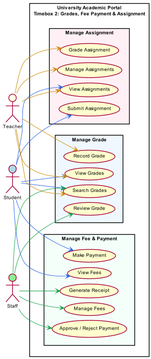
The PlantUML diagram out/usecase/Timebox2_UseCaseDiagram/Timebox2_UseCaseDiagram.png in KyawMyoHtay1/academic-portal, before a commit. Source of this version:
```plantuml
@startuml
left to right direction
skinparam packageStyle rectangle
skinparam shadowing false
skinparam dpi 300

scale 0.9
skinparam defaultFontSize 10
skinparam ranksep 10
skinparam nodesep 10
skinparam RectanglePadding 6

actor Student #LightBlue
actor Teacher #LightYellow
actor Staff   #LightGreen

rectangle "University Academic Portal\nTimebox 2: Grades, Fee Payment & Assignment" #White {

  rectangle "Manage Grade" #AliceBlue {
    usecase "Record Grade" as UC1
    usecase "Review Grade" as UC2
    usecase "View Grades" as UC3
    usecase "Search Grades" as UC4
  }

  rectangle "Manage Fee & Payment" #MintCream {
    usecase "View Fees" as UC5
    usecase "Make Payment" as UC6
    usecase "Manage Fees" as UC7
    usecase "Approve / Reject Payment" as UC8
    usecase "Generate Receipt" as UC9
  }

  rectangle "Manage Assignment" #LavenderBlush {
    usecase "Manage Assignments" as UC10
    usecase "Submit Assignment" as UC11
    usecase "Grade Assignment" as UC12
    usecase "View Assignments" as UC13
  }
}

Student -[#2563EB]-> UC3
Student -[#2563EB]-> UC4
Student -[#2563EB]-> UC5
Student -[#2563EB]-> UC6
Student -[#2563EB]-> UC11
Student -[#2563EB]-> UC13

Teacher -[#CA8A04]-> UC1
Teacher -[#CA8A04]-> UC3
Teacher -[#CA8A04]-> UC4
Teacher -[#CA8A04]-> UC10
Teacher -[#CA8A04]-> UC12
Teacher -[#CA8A04]-> UC13

Staff -[#16A34A]-> UC2
Staff -[#16A34A]-> UC4
Staff -[#16A34A]-> UC7
Staff -[#16A34A]-> UC8
Staff -[#16A34A]-> UC9

@enduml
```
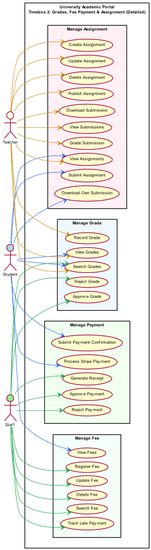
After the commit.

Commit message:
Update Timebox use case diagrams: modified Timebox1 and Timebox2 PNG files, and added new Timebox3 use case diagram to enhance visual representation of user interactions and functionalities.

Change to the diagram source:
```diff
@@ -4,59 +4,88 @@
 skinparam shadowing false
 skinparam dpi 300
 
-scale 0.9
-skinparam defaultFontSize 10
-skinparam ranksep 10
-skinparam nodesep 10
-skinparam RectanglePadding 6
+scale 0.85
+skinparam defaultFontSize 9
+skinparam ranksep 8
+skinparam nodesep 8
+skinparam RectanglePadding 5
 
 actor Student #LightBlue
 actor Teacher #LightYellow
 actor Staff   #LightGreen
 
-rectangle "University Academic Portal\nTimebox 2: Grades, Fee Payment & Assignment" #White {
+rectangle "University Academic Portal\nTimebox 2: Grades, Fee Payment & Assignment (Detailed)" #White {
 
   rectangle "Manage Grade" #AliceBlue {
     usecase "Record Grade" as UC1
-    usecase "Review Grade" as UC2
+    usecase "Approve Grade" as UC2a
+    usecase "Reject Grade" as UC2b
     usecase "View Grades" as UC3
     usecase "Search Grades" as UC4
   }
 
-  rectangle "Manage Fee & Payment" #MintCream {
+  rectangle "Manage Fee" #MintCream {
+    usecase "Register Fee" as UC5a
+    usecase "Update Fee" as UC5b
+    usecase "Delete Fee" as UC5c
+    usecase "Search Fee" as UC5d
     usecase "View Fees" as UC5
-    usecase "Make Payment" as UC6
-    usecase "Manage Fees" as UC7
-    usecase "Approve / Reject Payment" as UC8
-    usecase "Generate Receipt" as UC9
+    usecase "Track Late Payment" as UC5e
+  }
+
+  rectangle "Manage Payment" #Honeydew {
+    usecase "Submit Payment Confirmation" as UC6a
+    usecase "Process Stripe Payment" as UC6b
+    usecase "Approve Payment" as UC6c
+    usecase "Reject Payment" as UC6d
+    usecase "Generate Receipt" as UC6e
   }
 
   rectangle "Manage Assignment" #LavenderBlush {
-    usecase "Manage Assignments" as UC10
+    usecase "Create Assignment" as UC10a
+    usecase "Update Assignment" as UC10b
+    usecase "Delete Assignment" as UC10c
+    usecase "Publish Assignment" as UC10d
+    usecase "View Assignments" as UC13
+    usecase "View Submissions" as UC10e
+    usecase "Grade Submission" as UC12
+    usecase "Download Submission" as UC10f
     usecase "Submit Assignment" as UC11
-    usecase "Grade Assignment" as UC12
-    usecase "View Assignments" as UC13
+    usecase "Download Own Submission" as UC11b
   }
 }
 
 Student -[#2563EB]-> UC3
 Student -[#2563EB]-> UC4
 Student -[#2563EB]-> UC5
-Student -[#2563EB]-> UC6
+Student -[#2563EB]-> UC6a
+Student -[#2563EB]-> UC6b
 Student -[#2563EB]-> UC11
+Student -[#2563EB]-> UC11b
 Student -[#2563EB]-> UC13
 
 Teacher -[#CA8A04]-> UC1
 Teacher -[#CA8A04]-> UC3
 Teacher -[#CA8A04]-> UC4
-Teacher -[#CA8A04]-> UC10
+Teacher -[#CA8A04]-> UC10a
+Teacher -[#CA8A04]-> UC10b
+Teacher -[#CA8A04]-> UC10c
+Teacher -[#CA8A04]-> UC10d
+Teacher -[#CA8A04]-> UC10e
+Teacher -[#CA8A04]-> UC10f
 Teacher -[#CA8A04]-> UC12
 Teacher -[#CA8A04]-> UC13
 
-Staff -[#16A34A]-> UC2
+Staff -[#16A34A]-> UC2a
+Staff -[#16A34A]-> UC2b
 Staff -[#16A34A]-> UC4
-Staff -[#16A34A]-> UC7
-Staff -[#16A34A]-> UC8
-Staff -[#16A34A]-> UC9
+Staff -[#16A34A]-> UC5a
+Staff -[#16A34A]-> UC5b
+Staff -[#16A34A]-> UC5c
+Staff -[#16A34A]-> UC5d
+Staff -[#16A34A]-> UC5e
+Staff -[#16A34A]-> UC6c
+Staff -[#16A34A]-> UC6d
+Staff -[#16A34A]-> UC6e
 
 @enduml
```
